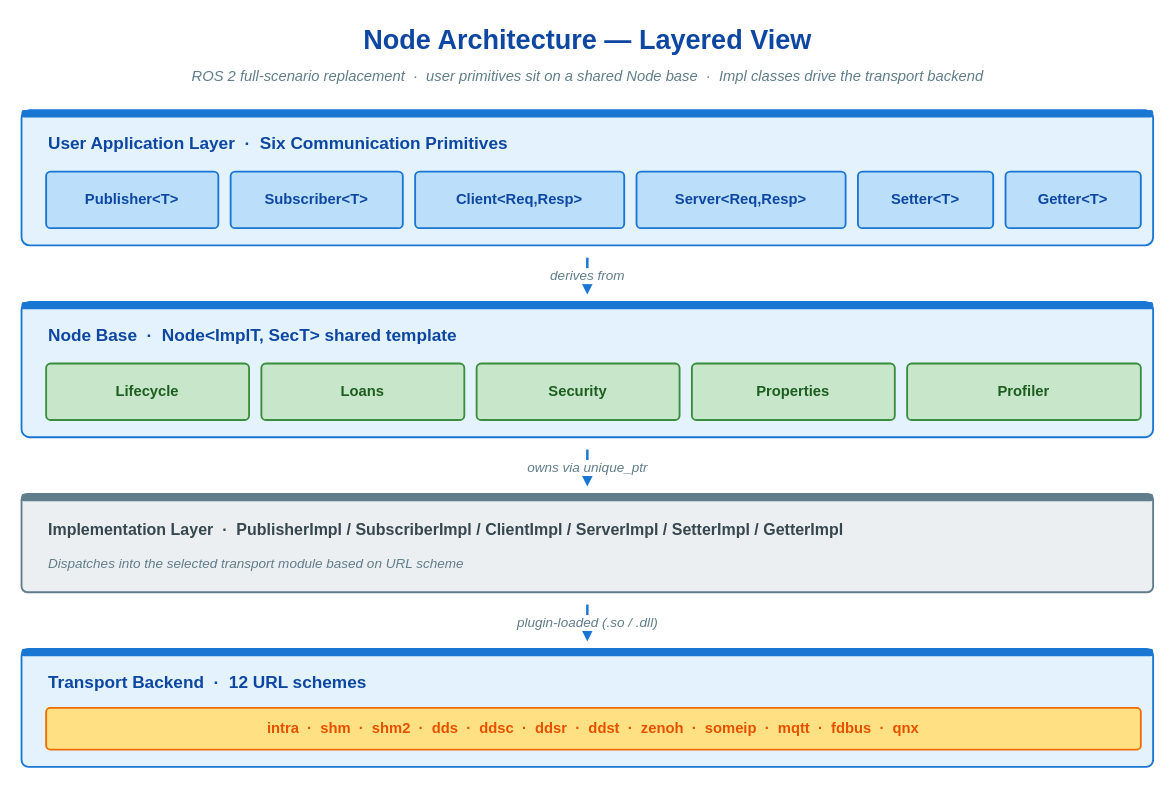
The draw.io diagram doc/images/node-architecture-layers.drawio in thun-res/vlink, before the edit. Source tidied: cells renumbered, new cells numbered last; positions are measured from the earlier drawing's top-left corner, leaving out a move shared by most shapes. Both pictures are drawn from the tidied source at 123%, with x=0, y=0 at pixel (21, 21).
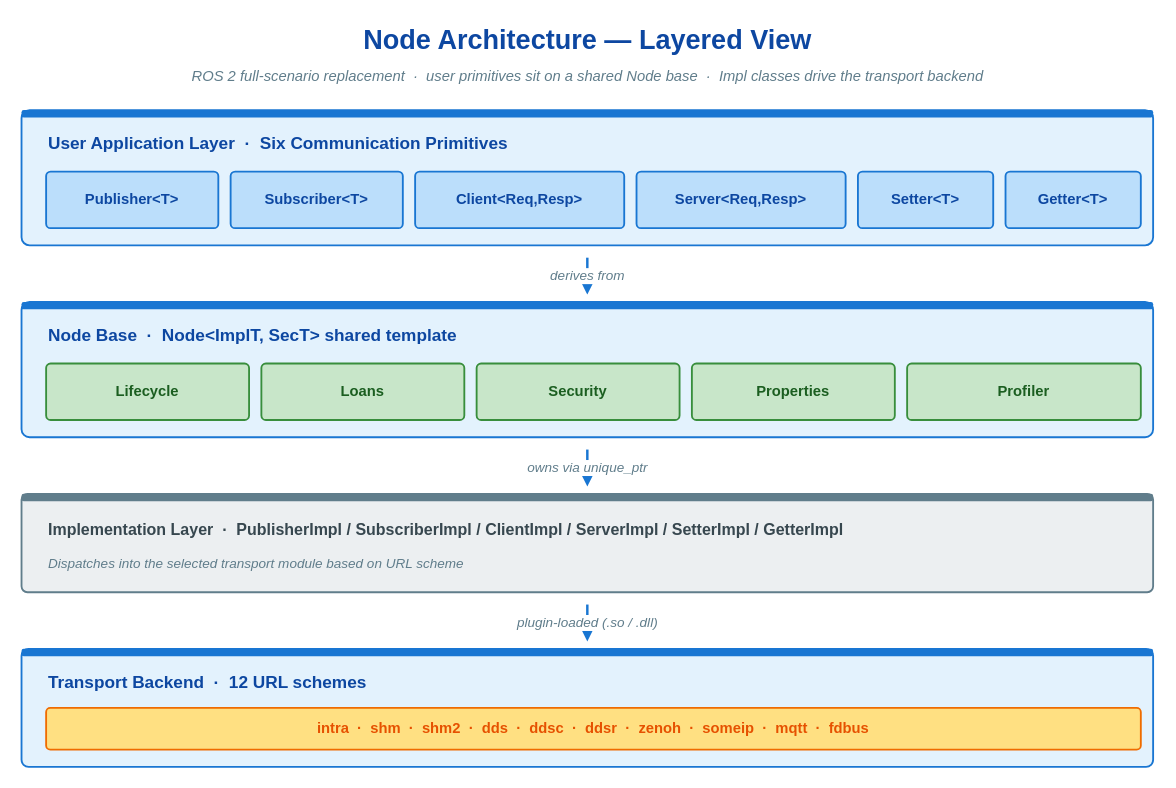
The same diagram, later.

Diff of the diagram source:
```diff
@@
-    <mxCell id="31" value="intra  ·  shm  ·  shm2  ·  dds  ·  ddsc  ·  ddsr  ·  ddst  ·  zenoh  ·  someip  ·  mqtt  ·  fdbus  ·  qnx" style="rounded=1;whiteSpace=wrap;html=1;align=center;verticalAlign=middle;fillColor=#ffe082;strokeColor=#ef6c00;strokeWidth=1.5;arcSize=10;fontFamily=Helvetica;fontSize=12;fontStyle=1;fontColor=#e65100;shadow=0;" parent="1" vertex="1">
+    <mxCell id="31" value="intra  ·  shm  ·  shm2  ·  dds  ·  ddsc  ·  ddsr  ·  zenoh  ·  someip  ·  mqtt  ·  fdbus" style="rounded=1;whiteSpace=wrap;html=1;align=center;verticalAlign=middle;fillColor=#ffe082;strokeColor=#ef6c00;strokeWidth=1.5;arcSize=10;fontFamily=Helvetica;fontSize=12;fontStyle=1;fontColor=#e65100;shadow=0;" parent="1" vertex="1">
       <mxGeometry x="20" y="558" width="890" height="34" as="geometry" />
     </mxCell>
```
